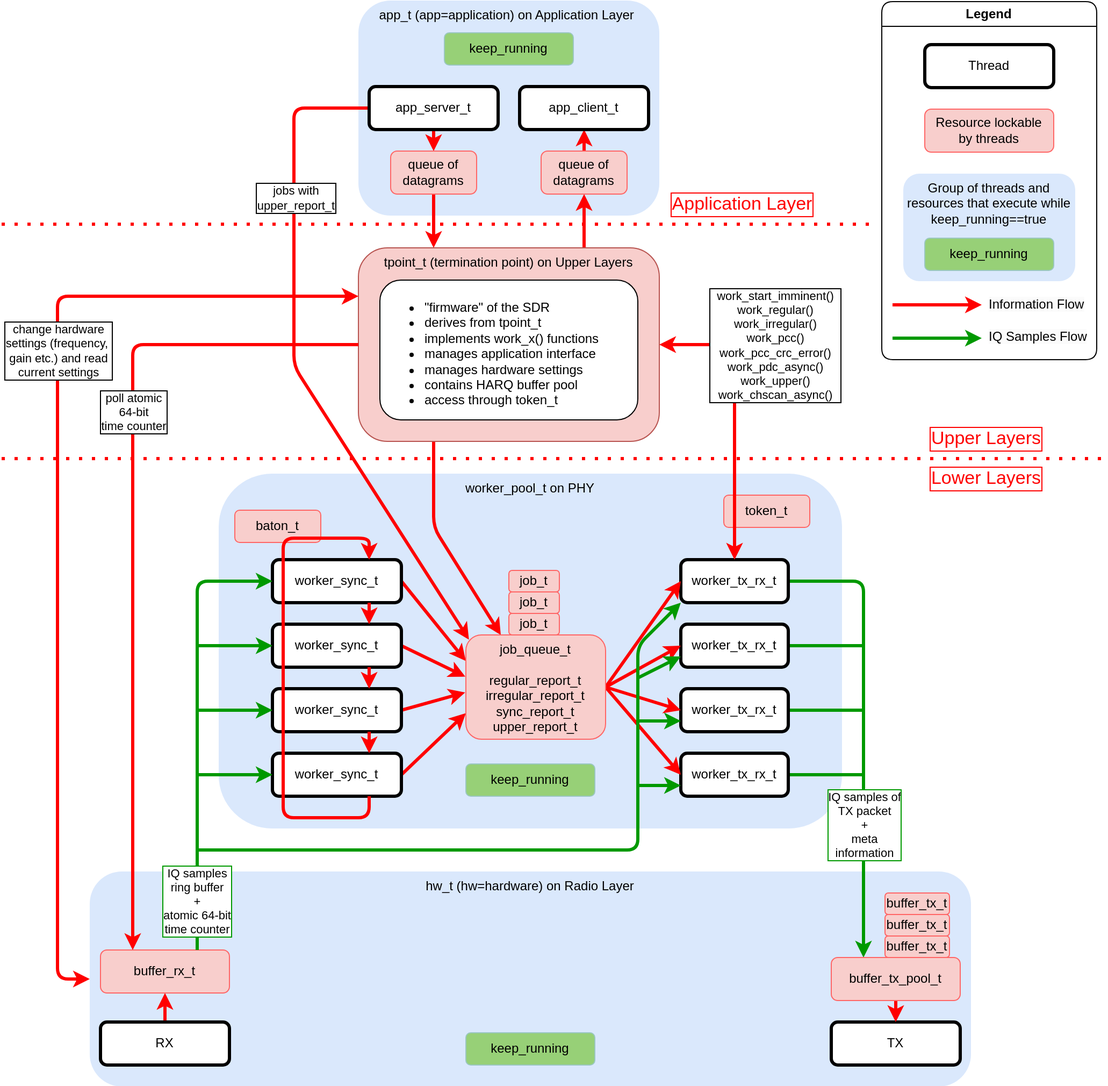
Earlier version of the draw.io export docs/sdr_architecture.drawio.png (maxpenner/DECT-NR-Plus-SDR). Source tidied: cells renumbered, new cells last; positions are measured from the earlier drawing's top-left corner, leaving out a move shared by most shapes.
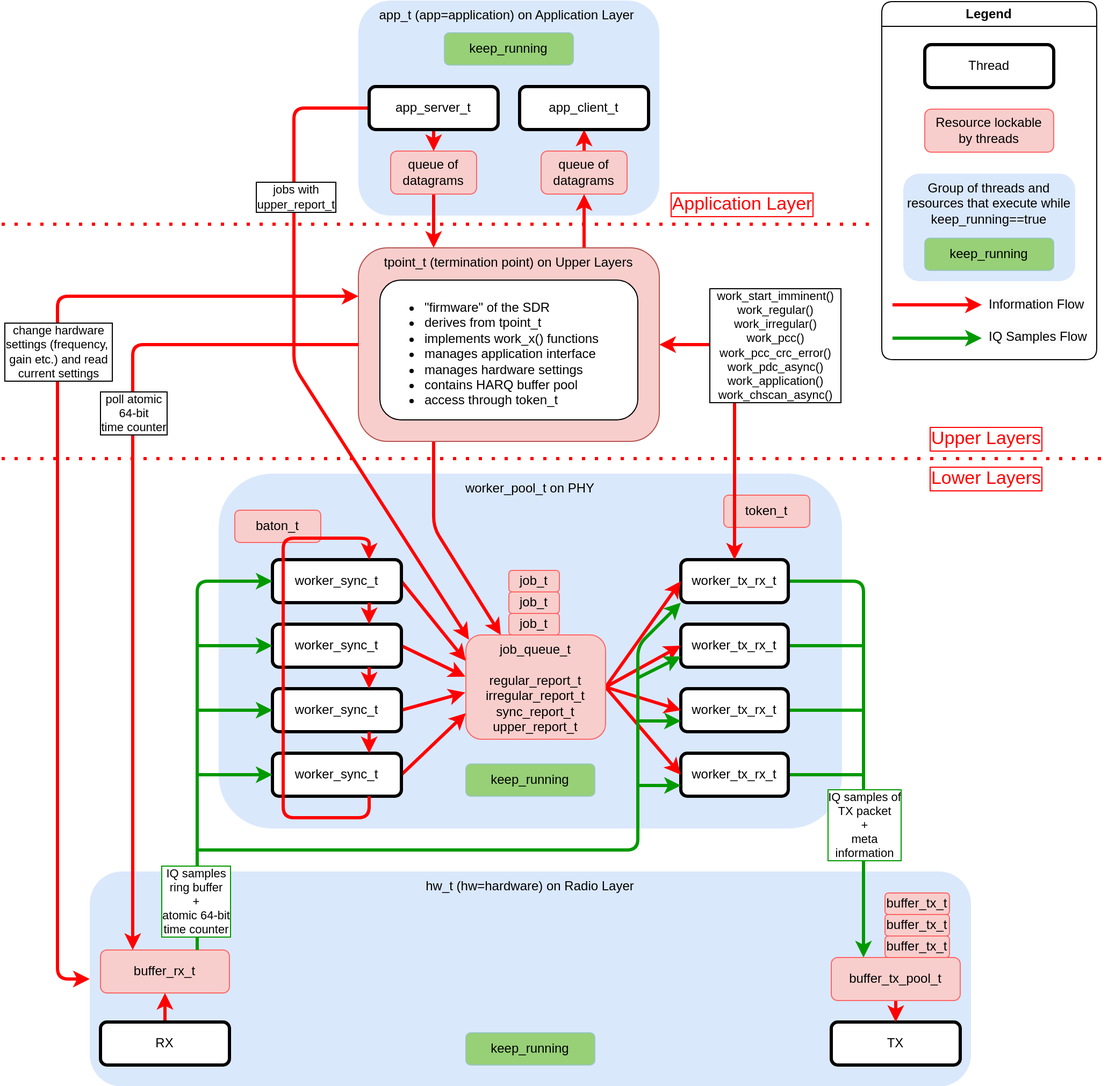
After the change.

Diff of the diagram source:
```diff
@@ -210,7 +210,7 @@
         </Array>
       </mxGeometry>
     </mxCell>
-    <mxCell id="58" value="&amp;nbsp; work_start_imminent()&amp;nbsp;&amp;nbsp;&lt;br style=&quot;border-color: var(--border-color);&quot;&gt;work_regular()&lt;div&gt;work_irregular()&lt;br style=&quot;border-color: var(--border-color);&quot;&gt;work_pcc()&lt;div&gt;work_pcc_crc_error()&lt;br&gt;work_pdc_async()&lt;br style=&quot;border-color: var(--border-color);&quot;&gt;work_upper()&lt;br style=&quot;border-color: var(--border-color);&quot;&gt;work_chscan_async()&lt;/div&gt;&lt;/div&gt;" style="edgeLabel;html=1;align=center;verticalAlign=middle;labelBorderColor=default;rounded=1;spacingTop=0;" parent="57" vertex="1">
+    <mxCell id="58" value="&amp;nbsp; work_start_imminent()&amp;nbsp;&amp;nbsp;&lt;br style=&quot;border-color: var(--border-color);&quot;&gt;work_regular()&lt;div&gt;work_irregular()&lt;br style=&quot;border-color: var(--border-color);&quot;&gt;work_pcc()&lt;div&gt;work_pcc_crc_error()&lt;br&gt;work_pdc_async()&lt;br style=&quot;border-color: var(--border-color);&quot;&gt;work_application()&lt;br style=&quot;border-color: var(--border-color);&quot;&gt;work_chscan_async()&lt;/div&gt;&lt;/div&gt;" style="edgeLabel;html=1;align=center;verticalAlign=middle;labelBorderColor=default;rounded=1;spacingTop=0;" parent="57" vertex="1">
       <mxGeometry x="0.21" relative="1" as="geometry">
         <mxPoint x="37" y="-36" as="offset" />
       </mxGeometry>
```
